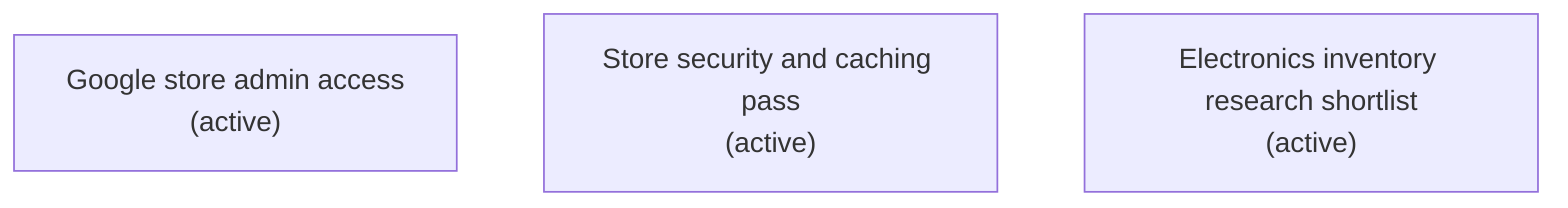
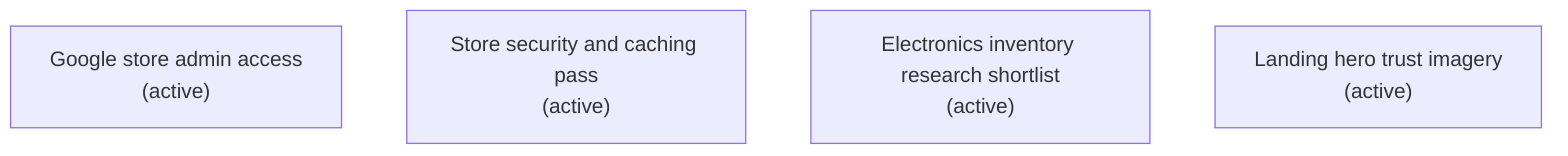
flowchart TB
  work-001["Google store admin access\n(active)"]
  work-002["Store security and caching pass\n(active)"]
  work-003["Electronics inventory research shortlist\n(active)"]
+   work-004["Landing hero trust imagery\n(active)"]
